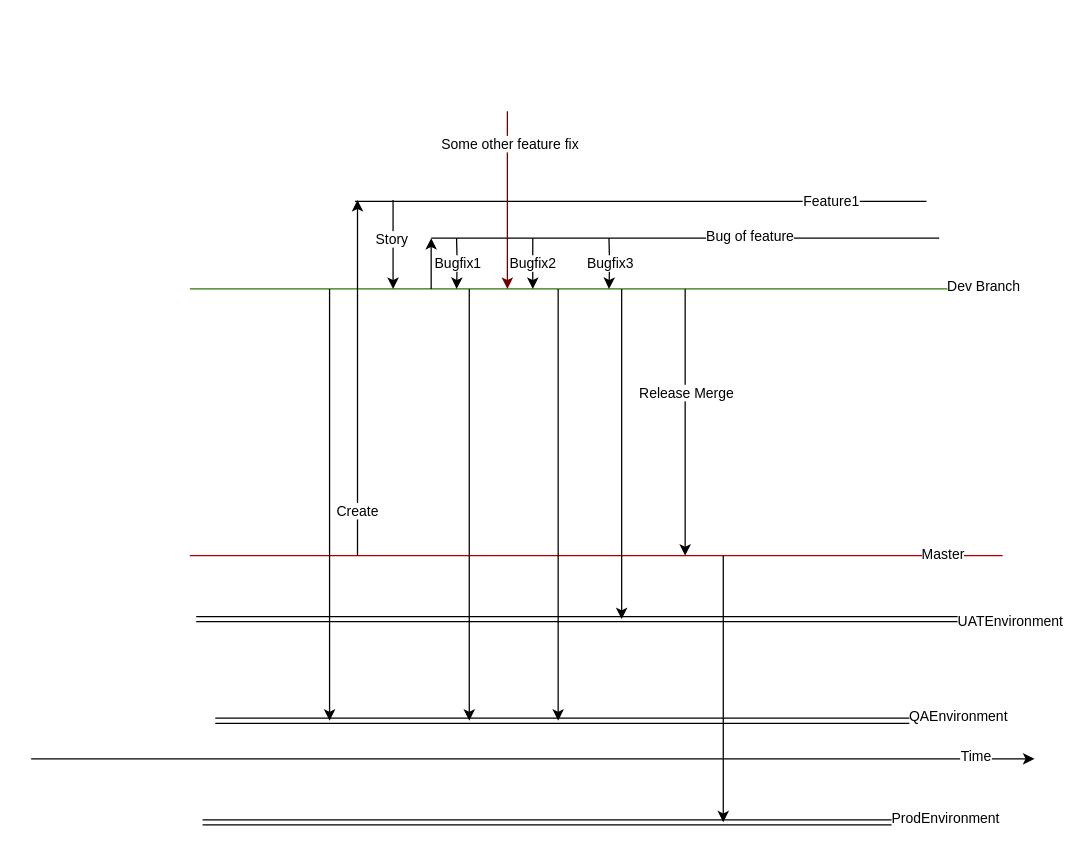
This is Current_Feature.drawio from sshevchenko777/POC, a draw.io file, before an edit. Source tidied: cells renumbered, new cells numbered last; positions are measured from the earlier drawing's top-left corner, leaving out a move shared by most shapes. Both pictures are drawn from the tidied source at 127%, with x=0, y=0 at pixel (30, 110).
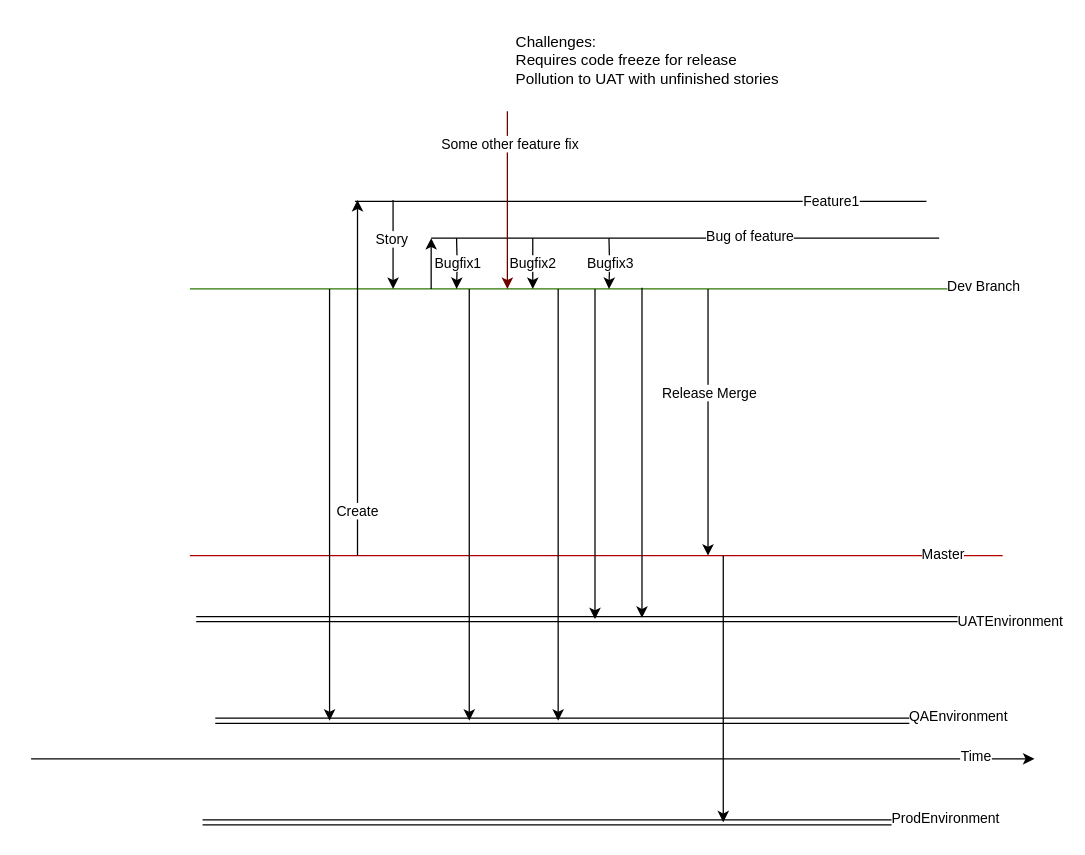
The same page after the edit.

Change to the diagram source:
```diff
@@
     <mxCell id="27" style="endArrow=classic;html=1;rounded=0;" parent="1" edge="1">
       <mxGeometry relative="1" as="geometry">
-        <mxPoint x="515" y="140" as="sourcePoint" />
-        <mxPoint x="515" y="350" as="targetPoint" />
+        <mxPoint x="533" y="140" as="sourcePoint" />
+        <mxPoint x="533" y="350" as="targetPoint" />
       </mxGeometry>
     </mxCell>
@@
     <mxCell id="29" style="endArrow=classic;html=1;rounded=0;" parent="1" edge="1">
       <mxGeometry relative="1" as="geometry">
-        <mxPoint x="465" y="140" as="sourcePoint" />
-        <mxPoint x="465" y="400" as="targetPoint" />
+        <mxPoint x="444" y="140" as="sourcePoint" />
+        <mxPoint x="444" y="400" as="targetPoint" />
       </mxGeometry>
     </mxCell>
@@
+    <mxCell id="38" style="endArrow=classic;html=1;rounded=0;" parent="1" edge="1">
+      <mxGeometry relative="1" as="geometry">
+        <mxPoint x="481" y="139" as="sourcePoint" />
+        <mxPoint x="481" y="399" as="targetPoint" />
+      </mxGeometry>
+    </mxCell>
+    <mxCell id="39" value="&lt;div&gt;Challenges:&lt;/div&gt;Requires code freeze for release&lt;div&gt;Pollution to UAT with unfinished stories&lt;/div&gt;" style="text;html=1;align=left;verticalAlign=middle;strokeColor=none;fillColor=none;" parent="1" vertex="1">
+      <mxGeometry x="380" y="-70" width="230" height="60" as="geometry" />
+    </mxCell>
```
